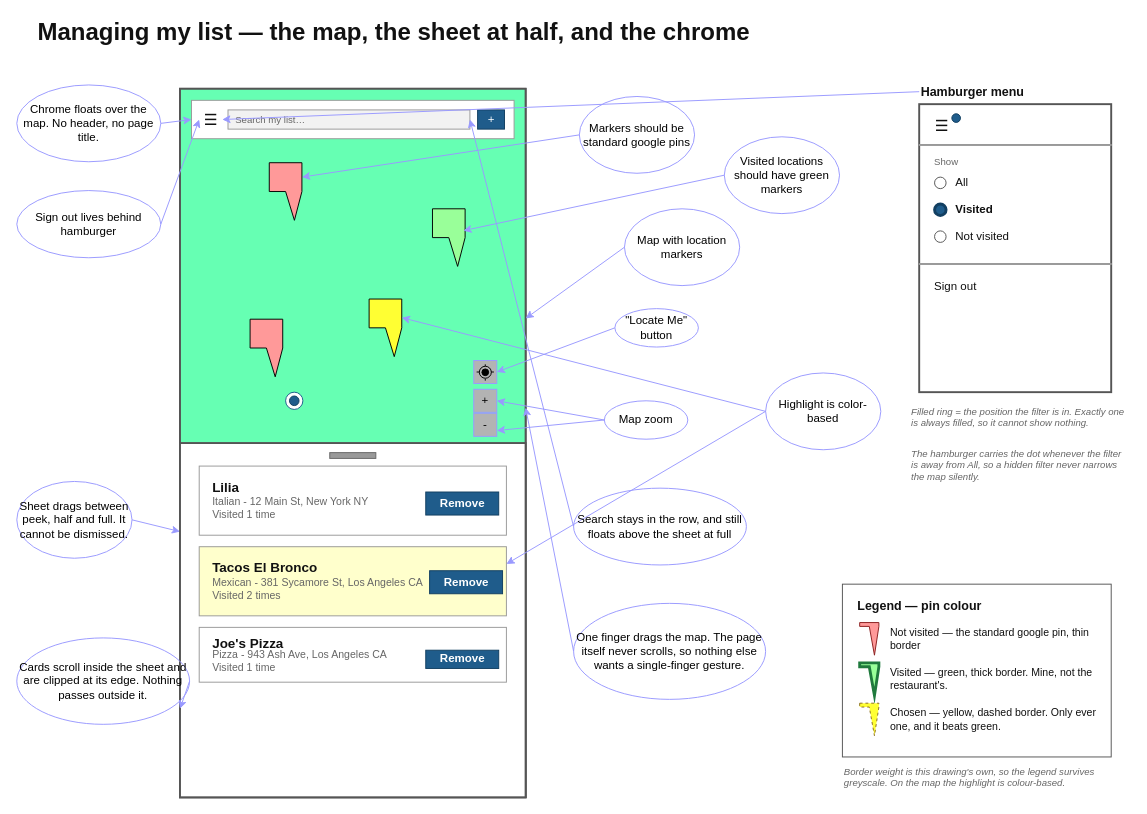
Earlier version of the draw.io diagram docs/features/0004_seeing-my-list-on-a-map/seeing-my-list-on-a-map.drawio (arches/shortlist). Source tidied: cells renumbered, new cells numbered last; positions are measured from the earlier drawing's top-left corner, leaving out a move shared by most shapes. Both pictures are drawn from the tidied source at 96%, with x=0, y=0 at pixel (16, 21).
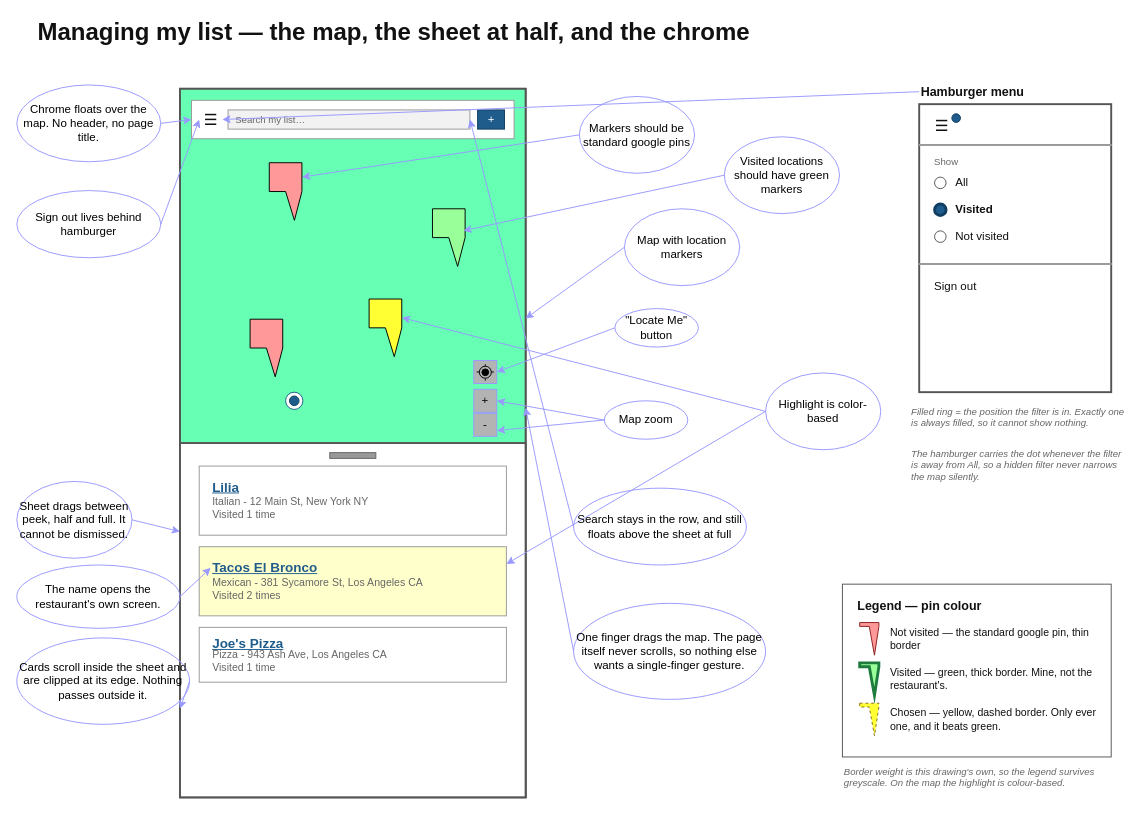
The same page after the edit.

Commit message (it also covers changes not shown here):
Move deletes into the restaurant detail

Unchanged cells that the change refers to:
```xml
<mxCell id="7" style="group;" parent="1" vertex="1">
  <mxGeometry x="190" y="631" width="329" height="161" as="geometry" />
</mxCell>
<mxCell id="13" style="group;" parent="1" vertex="1">
  <mxGeometry x="190" y="463" width="320" height="72" as="geometry" />
</mxCell>
```

The edit, as a diff of the source:
```diff
@@
-    <mxCell id="9" value="Joe's Pizza" style="text;html=1;strokeColor=none;fillColor=none;align=left;verticalAlign=middle;fontSize=14;fontColor=#111111;fontStyle=1;" parent="7" vertex="1">
-      <mxGeometry x="12" y="9.5" width="180" height="15.8" as="geometry" />
+    <mxCell id="9" value="Joe's Pizza" style="text;html=1;strokeColor=none;fillColor=none;align=left;verticalAlign=middle;fontSize=14;fontColor=#1F5C8B;fontStyle=5;" parent="7" vertex="1">
+      <mxGeometry x="12" y="9.5" width="296" height="15.8" as="geometry" />
     </mxCell>
     <mxCell id="10" value="Pizza - 943 Ash Ave, Los Angeles CA&lt;br&gt;Visited 1 time" style="text;html=1;strokeColor=none;fillColor=none;align=left;verticalAlign=middle;fontSize=11;fontColor=#666666;" parent="7" vertex="1">
-      <mxGeometry x="12" y="26.9" width="180" height="15.8" as="geometry" />
+      <mxGeometry x="12" y="26.9" width="296" height="15.8" as="geometry" />
     </mxCell>
-    <mxCell id="11" value="&lt;b&gt;Remove&lt;/b&gt;" style="rounded=0;html=1;fillColor=#1f5c8b;strokeColor=#123f61;strokeWidth=1;dashed=0;fontColor=#FFFFFF;" parent="7" vertex="1">
-      <mxGeometry x="236" y="23.8" width="76" height="19" as="geometry" />
-    </mxCell>
@@
-    <mxCell id="15" value="Lilia" style="text;html=1;strokeColor=none;fillColor=none;align=left;verticalAlign=middle;fontSize=14;fontColor=#111111;fontStyle=1;" parent="13" vertex="1">
-      <mxGeometry x="12" y="12" width="180" height="20" as="geometry" />
+    <mxCell id="15" value="Lilia" style="text;html=1;strokeColor=none;fillColor=none;align=left;verticalAlign=middle;fontSize=14;fontColor=#1F5C8B;fontStyle=5;" parent="13" vertex="1">
+      <mxGeometry x="12" y="12" width="296" height="20" as="geometry" />
     </mxCell>
     <mxCell id="16" value="Italian - 12 Main St, New York NY&lt;br&gt;Visited 1 time" style="text;html=1;strokeColor=none;fillColor=none;align=left;verticalAlign=middle;fontSize=11;fontColor=#666666;" parent="13" vertex="1">
-      <mxGeometry x="12" y="34" width="180" height="20" as="geometry" />
+      <mxGeometry x="12" y="34" width="296" height="20" as="geometry" />
     </mxCell>
-    <mxCell id="17" value="&lt;b&gt;Remove&lt;/b&gt;" style="rounded=0;html=1;fillColor=#1f5c8b;strokeColor=#123f61;strokeWidth=1;dashed=0;fontColor=#FFFFFF;" parent="13" vertex="1">
-      <mxGeometry x="236" y="27" width="76" height="24" as="geometry" />
-    </mxCell>
@@
-    <mxCell id="29" value="Tacos El Bronco" style="text;html=1;strokeColor=none;fillColor=none;align=left;verticalAlign=middle;fontSize=14;fontColor=#111111;fontStyle=1;" parent="1" vertex="1">
-      <mxGeometry x="202" y="559" width="180" height="20" as="geometry" />
+    <mxCell id="29" value="Tacos El Bronco" style="text;html=1;strokeColor=none;fillColor=none;align=left;verticalAlign=middle;fontSize=14;fontColor=#1F5C8B;fontStyle=5;" parent="1" vertex="1">
+      <mxGeometry x="202" y="559" width="296" height="20" as="geometry" />
     </mxCell>
     <mxCell id="30" value="Mexican - 381 Sycamore St, Los Angeles CA&lt;br&gt;Visited 2 times" style="text;html=1;strokeColor=none;fillColor=none;align=left;verticalAlign=middle;fontSize=11;fontColor=#666666;" parent="1" vertex="1">
-      <mxGeometry x="202" y="581" width="180" height="20" as="geometry" />
+      <mxGeometry x="202" y="581" width="296" height="20" as="geometry" />
     </mxCell>
-    <mxCell id="31" value="&lt;b&gt;Remove&lt;/b&gt;" style="rounded=0;html=1;fillColor=#1f5c8b;strokeColor=#123f61;strokeWidth=1;dashed=0;fontColor=#FFFFFF;" parent="1" vertex="1">
-      <mxGeometry x="430" y="572" width="76" height="24" as="geometry" />
-    </mxCell>
@@
+    <mxCell id="94" value="The name opens the restaurant's own screen." style="ellipse;whiteSpace=wrap;html=1;fontColor=#000000;fillColor=none;strokeColor=#9999FF;" parent="1" vertex="1">
+      <mxGeometry y="566" width="170" height="66" as="geometry" />
+    </mxCell>
+    <mxCell id="95" style="edgeStyle=none;html=1;strokeColor=#9999FF;fontColor=#000000;exitX=1;exitY=0.5;exitDx=0;exitDy=0;entryX=0;entryY=0.5;entryDx=0;entryDy=0;" parent="1" edge="1" source="94" target="29">
+      <mxGeometry relative="1" as="geometry" />
+    </mxCell>
```
